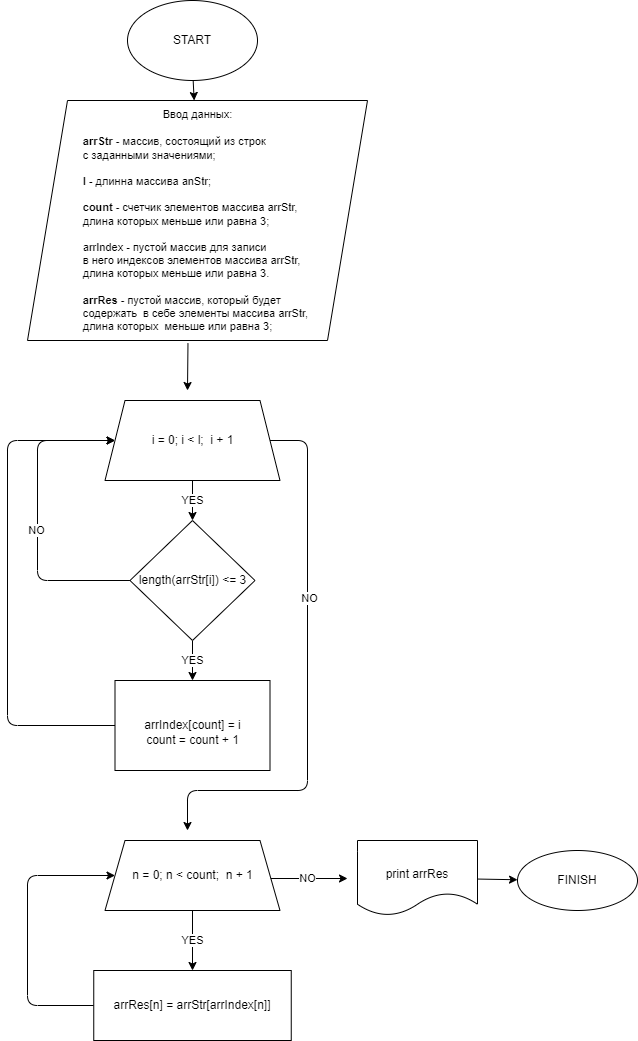
Above: TASK/flowchart.drawio.png in GeorgeMig/choice-of-specialization (draw.io), before the change. Source tidied: cells renumbered, new cells last; positions are measured from the earlier drawing's top-left corner, leaving out a move shared by most shapes.
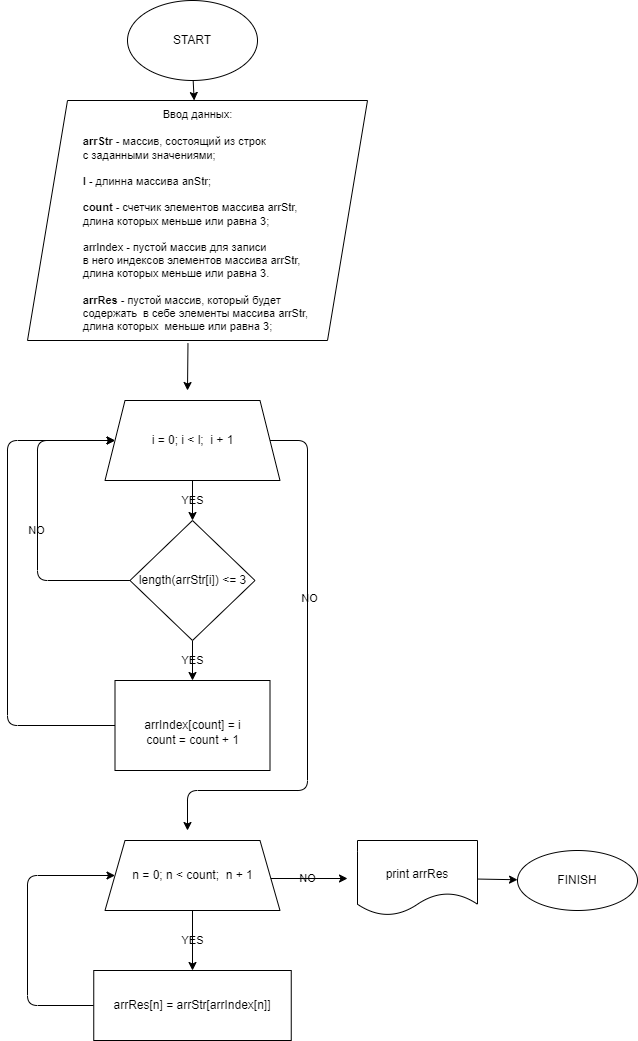
After the change.

Diff of the diagram source:
```diff
@@ -2,29 +2,29 @@
   <root>
     <mxCell id="0" />
     <mxCell id="1" parent="0" />
-    <mxCell id="2" style="edgeStyle=none;html=1;" parent="1" edge="1" source="3" target="6">
+    <mxCell id="2" style="edgeStyle=none;html=1;labelBackgroundColor=none;" parent="1" edge="1" source="3" target="6">
       <mxGeometry relative="1" as="geometry" />
     </mxCell>
     <mxCell id="3" value="START" style="ellipse;whiteSpace=wrap;html=1;" parent="1" vertex="1">
       <mxGeometry x="120" width="130" height="80" as="geometry" />
     </mxCell>
-    <mxCell id="4" style="edgeStyle=none;html=1;" parent="1" edge="1" source="6">
+    <mxCell id="4" style="edgeStyle=none;html=1;labelBackgroundColor=none;" parent="1" edge="1" source="6">
       <mxGeometry relative="1" as="geometry">
         <mxPoint x="185" y="340" as="targetPoint" />
       </mxGeometry>
     </mxCell>
-    <mxCell id="5" style="edgeStyle=none;html=1;fontSize=11;exitX=0.472;exitY=1.011;exitDx=0;exitDy=0;exitPerimeter=0;" parent="1" edge="1" source="6">
+    <mxCell id="5" style="edgeStyle=none;html=1;fontSize=11;exitX=0.472;exitY=1.011;exitDx=0;exitDy=0;exitPerimeter=0;labelBackgroundColor=none;" parent="1" edge="1" source="6">
       <mxGeometry relative="1" as="geometry">
         <mxPoint x="180" y="390" as="targetPoint" />
       </mxGeometry>
     </mxCell>
-    <mxCell id="6" value="&lt;blockquote style=&quot;margin: 0px 0px 0px 40px ; border: none ; padding: 0px ; font-size: 11px&quot;&gt;&lt;blockquote style=&quot;text-align: left ; margin: 0px 0px 0px 40px ; border: none ; padding: 0px&quot;&gt;&lt;font style=&quot;font-size: 11px&quot;&gt;Ввод данных:&lt;/font&gt;&lt;/blockquote&gt;&lt;/blockquote&gt;&lt;font style=&quot;font-size: 11px&quot;&gt;&lt;br&gt;&lt;/font&gt;&lt;div style=&quot;text-align: left ; font-size: 11px&quot;&gt;&lt;font style=&quot;font-size: 11px&quot;&gt;&lt;span&gt;&#9;&lt;/span&gt;&lt;b&gt;arrStr&lt;/b&gt; - массив, состоящий из&amp;nbsp;строк&amp;nbsp;&lt;/font&gt;&lt;/div&gt;&lt;div style=&quot;text-align: left ; font-size: 11px&quot;&gt;&lt;font style=&quot;font-size: 11px&quot;&gt;&lt;span&gt;&lt;span&gt;&#9;&lt;/span&gt;с &lt;/span&gt;&lt;span&gt;заданными значениями;&lt;/span&gt;&lt;/font&gt;&lt;/div&gt;&lt;div style=&quot;text-align: left ; font-size: 11px&quot;&gt;&lt;span&gt;&lt;font style=&quot;font-size: 11px&quot;&gt;&lt;span&gt;&#9;&lt;/span&gt;&lt;br&gt;&lt;/font&gt;&lt;/span&gt;&lt;/div&gt;&lt;div style=&quot;text-align: left ; font-size: 11px&quot;&gt;&lt;font style=&quot;font-size: 11px&quot;&gt;&lt;span&gt;&#9;&lt;/span&gt;&lt;b&gt;l &lt;/b&gt;- длинна массива anStr;&lt;/font&gt;&lt;/div&gt;&lt;div style=&quot;text-align: left ; font-size: 11px&quot;&gt;&lt;font style=&quot;font-size: 11px&quot;&gt;&lt;br&gt;&lt;/font&gt;&lt;/div&gt;&lt;div style=&quot;text-align: left ; font-size: 11px&quot;&gt;&lt;font style=&quot;font-size: 11px&quot;&gt;&lt;span&gt;&#9;&lt;/span&gt;&lt;b&gt;count&lt;/b&gt; - счетчик элементов массива arrStr,&amp;nbsp;&lt;/font&gt;&lt;/div&gt;&lt;div style=&quot;text-align: left ; font-size: 11px&quot;&gt;&lt;font style=&quot;font-size: 11px&quot;&gt;&lt;span&gt;&#9;&lt;/span&gt;длина которых меньше или равна 3;&lt;br&gt;&lt;/font&gt;&lt;/div&gt;&lt;div style=&quot;text-align: left ; font-size: 11px&quot;&gt;&lt;font style=&quot;font-size: 11px&quot;&gt;&lt;br&gt;&lt;/font&gt;&lt;/div&gt;&lt;div style=&quot;text-align: left ; font-size: 11px&quot;&gt;&lt;font style=&quot;font-size: 11px&quot;&gt;&lt;span&gt;&#9;&lt;/span&gt;arrIndex - пустой массив для записи&amp;nbsp;&lt;/font&gt;&lt;/div&gt;&lt;div style=&quot;text-align: left ; font-size: 11px&quot;&gt;&lt;font style=&quot;font-size: 11px&quot;&gt;&lt;span&gt;&#9;&lt;/span&gt;в него индексов элементов &lt;span&gt;&#9;&lt;/span&gt;массива arrStr,&amp;nbsp;&lt;/font&gt;&lt;/div&gt;&lt;div style=&quot;text-align: left ; font-size: 11px&quot;&gt;&lt;font style=&quot;font-size: 11px&quot;&gt;&lt;span&gt;&#9;&lt;/span&gt;длина которых меньше или равна 3.&lt;/font&gt;&lt;br&gt;&lt;/div&gt;&lt;div style=&quot;text-align: left ; font-size: 11px&quot;&gt;&lt;font style=&quot;font-size: 11px&quot;&gt;&lt;br&gt;&lt;/font&gt;&lt;/div&gt;&lt;div style=&quot;text-align: left ; font-size: 11px&quot;&gt;&lt;font style=&quot;font-size: 11px&quot;&gt;&lt;b&gt;arrRes&amp;nbsp;&lt;/b&gt;- пустой массив, который будет&amp;nbsp;&lt;/font&gt;&lt;/div&gt;&lt;div style=&quot;text-align: left ; font-size: 11px&quot;&gt;&lt;font style=&quot;font-size: 11px&quot;&gt;содержать&amp;nbsp;&lt;span&gt;&#9;&lt;/span&gt;в себе&amp;nbsp;&lt;/font&gt;&lt;span&gt;элементы массива arrStr,&amp;nbsp;&lt;/span&gt;&lt;/div&gt;&lt;div style=&quot;text-align: left ; font-size: 11px&quot;&gt;&lt;font style=&quot;font-size: 11px&quot;&gt;длина которых&amp;nbsp;&lt;span&gt;&#9;&lt;/span&gt;меньше или равна 3;&lt;br&gt;&lt;/font&gt;&lt;/div&gt;" style="shape=parallelogram;perimeter=parallelogramPerimeter;whiteSpace=wrap;html=1;fixedSize=1;size=40;" parent="1" vertex="1">
+    <mxCell id="6" value="&lt;blockquote style=&quot;margin: 0px 0px 0px 40px ; border: none ; padding: 0px ; font-size: 11px&quot;&gt;&lt;blockquote style=&quot;text-align: left ; margin: 0px 0px 0px 40px ; border: none ; padding: 0px&quot;&gt;&lt;font style=&quot;font-size: 11px&quot;&gt;Ввод данных:&lt;/font&gt;&lt;/blockquote&gt;&lt;/blockquote&gt;&lt;font style=&quot;font-size: 11px&quot;&gt;&lt;br&gt;&lt;/font&gt;&lt;div style=&quot;text-align: left ; font-size: 11px&quot;&gt;&lt;font style=&quot;font-size: 11px&quot;&gt;&lt;span&gt;&#9;&lt;/span&gt;&lt;b&gt;arrStr&lt;/b&gt; - массив, состоящий из&amp;nbsp;строк&amp;nbsp;&lt;/font&gt;&lt;/div&gt;&lt;div style=&quot;text-align: left ; font-size: 11px&quot;&gt;&lt;font style=&quot;font-size: 11px&quot;&gt;&lt;span&gt;&lt;span&gt;&#9;&lt;/span&gt;с &lt;/span&gt;&lt;span&gt;заданными значениями;&lt;/span&gt;&lt;/font&gt;&lt;/div&gt;&lt;div style=&quot;text-align: left ; font-size: 11px&quot;&gt;&lt;span&gt;&lt;font style=&quot;font-size: 11px&quot;&gt;&lt;span&gt;&#9;&lt;/span&gt;&lt;br&gt;&lt;/font&gt;&lt;/span&gt;&lt;/div&gt;&lt;div style=&quot;text-align: left ; font-size: 11px&quot;&gt;&lt;font style=&quot;font-size: 11px&quot;&gt;&lt;span&gt;&#9;&lt;/span&gt;&lt;b&gt;l &lt;/b&gt;- длинна массива anStr;&lt;/font&gt;&lt;/div&gt;&lt;div style=&quot;text-align: left ; font-size: 11px&quot;&gt;&lt;font style=&quot;font-size: 11px&quot;&gt;&lt;br&gt;&lt;/font&gt;&lt;/div&gt;&lt;div style=&quot;text-align: left ; font-size: 11px&quot;&gt;&lt;font style=&quot;font-size: 11px&quot;&gt;&lt;span&gt;&#9;&lt;/span&gt;&lt;b&gt;count&lt;/b&gt; - счетчик элементов массива arrStr,&amp;nbsp;&lt;/font&gt;&lt;/div&gt;&lt;div style=&quot;text-align: left ; font-size: 11px&quot;&gt;&lt;font style=&quot;font-size: 11px&quot;&gt;&lt;span&gt;&#9;&lt;/span&gt;длина которых меньше или равна 3;&lt;br&gt;&lt;/font&gt;&lt;/div&gt;&lt;div style=&quot;text-align: left ; font-size: 11px&quot;&gt;&lt;font style=&quot;font-size: 11px&quot;&gt;&lt;br&gt;&lt;/font&gt;&lt;/div&gt;&lt;div style=&quot;text-align: left ; font-size: 11px&quot;&gt;&lt;font style=&quot;font-size: 11px&quot;&gt;&lt;span&gt;&#9;&lt;/span&gt;arrIndex - пустой массив для записи&amp;nbsp;&lt;/font&gt;&lt;/div&gt;&lt;div style=&quot;text-align: left ; font-size: 11px&quot;&gt;&lt;font style=&quot;font-size: 11px&quot;&gt;&lt;span&gt;&#9;&lt;/span&gt;в него индексов элементов &lt;span&gt;&#9;&lt;/span&gt;массива arrStr,&amp;nbsp;&lt;/font&gt;&lt;/div&gt;&lt;div style=&quot;text-align: left ; font-size: 11px&quot;&gt;&lt;font style=&quot;font-size: 11px&quot;&gt;&lt;span&gt;&#9;&lt;/span&gt;длина которых меньше или равна 3.&lt;/font&gt;&lt;br&gt;&lt;/div&gt;&lt;div style=&quot;text-align: left ; font-size: 11px&quot;&gt;&lt;font style=&quot;font-size: 11px&quot;&gt;&lt;br&gt;&lt;/font&gt;&lt;/div&gt;&lt;div style=&quot;text-align: left ; font-size: 11px&quot;&gt;&lt;font style=&quot;font-size: 11px&quot;&gt;&lt;b&gt;arrRes&amp;nbsp;&lt;/b&gt;- пустой массив, который будет&amp;nbsp;&lt;/font&gt;&lt;/div&gt;&lt;div style=&quot;text-align: left ; font-size: 11px&quot;&gt;&lt;font style=&quot;font-size: 11px&quot;&gt;содержать&amp;nbsp;&lt;span&gt;&#9;&lt;/span&gt;в себе&amp;nbsp;&lt;/font&gt;&lt;span&gt;элементы массива arrStr,&amp;nbsp;&lt;/span&gt;&lt;/div&gt;&lt;div style=&quot;text-align: left ; font-size: 11px&quot;&gt;&lt;font style=&quot;font-size: 11px&quot;&gt;длина которых&amp;nbsp;&lt;span&gt;&#9;&lt;/span&gt;меньше или равна 3;&lt;br&gt;&lt;/font&gt;&lt;/div&gt;" style="shape=parallelogram;perimeter=parallelogramPerimeter;whiteSpace=wrap;html=1;fixedSize=1;size=40;labelBackgroundColor=none;" parent="1" vertex="1">
       <mxGeometry x="20" y="100" width="340" height="240" as="geometry" />
     </mxCell>
-    <mxCell id="7" value="YES" style="edgeStyle=none;html=1;" parent="1" edge="1" source="10" target="14">
+    <mxCell id="7" value="YES" style="edgeStyle=none;html=1;labelBackgroundColor=none;" parent="1" edge="1" source="10" target="14">
       <mxGeometry relative="1" as="geometry" />
     </mxCell>
-    <mxCell id="8" style="edgeStyle=none;html=1;fontSize=11;exitX=1;exitY=0.5;exitDx=0;exitDy=0;startArrow=none;" parent="1" edge="1" source="10">
+    <mxCell id="8" style="edgeStyle=none;html=1;fontSize=11;exitX=1;exitY=0.5;exitDx=0;exitDy=0;startArrow=none;labelBackgroundColor=none;" parent="1" edge="1" source="10">
       <mxGeometry relative="1" as="geometry">
         <mxPoint x="180" y="830" as="targetPoint" />
         <Array as="points">
@@ -34,16 +34,16 @@
         </Array>
       </mxGeometry>
     </mxCell>
-    <mxCell id="9" value="NO" style="edgeLabel;html=1;align=center;verticalAlign=middle;fontSize=11;" parent="8" vertex="1">
+    <mxCell id="9" value="NO" style="edgeLabel;html=1;align=center;verticalAlign=middle;fontSize=11;labelBackgroundColor=none;" parent="8" vertex="1">
       <mxGeometry x="-0.29" y="1" relative="1" as="geometry" />
     </mxCell>
-    <mxCell id="10" value="&lt;span&gt;i = 0; i &amp;lt; l;&amp;nbsp; i + 1&lt;/span&gt;" style="shape=trapezoid;perimeter=trapezoidPerimeter;whiteSpace=wrap;html=1;fixedSize=1;" parent="1" vertex="1">
+    <mxCell id="10" value="&lt;span&gt;i = 0; i &amp;lt; l;&amp;nbsp; i + 1&lt;/span&gt;" style="shape=trapezoid;perimeter=trapezoidPerimeter;whiteSpace=wrap;html=1;fixedSize=1;labelBackgroundColor=none;" parent="1" vertex="1">
       <mxGeometry x="97.5" y="400" width="175" height="80" as="geometry" />
     </mxCell>
-    <mxCell id="11" value="YES" style="edgeStyle=none;html=1;" parent="1" edge="1" source="14" target="16">
+    <mxCell id="11" value="YES" style="edgeStyle=none;html=1;labelBackgroundColor=none;" parent="1" edge="1" source="14" target="16">
       <mxGeometry relative="1" as="geometry" />
     </mxCell>
-    <mxCell id="12" style="edgeStyle=none;html=1;exitX=0;exitY=0.5;exitDx=0;exitDy=0;entryX=0;entryY=0.5;entryDx=0;entryDy=0;" parent="1" edge="1" source="14" target="10">
+    <mxCell id="12" style="edgeStyle=none;html=1;exitX=0;exitY=0.5;exitDx=0;exitDy=0;entryX=0;entryY=0.5;entryDx=0;entryDy=0;labelBackgroundColor=none;" parent="1" edge="1" source="14" target="10">
       <mxGeometry relative="1" as="geometry">
         <Array as="points">
           <mxPoint x="30" y="580" />
@@ -51,13 +51,13 @@
         </Array>
       </mxGeometry>
     </mxCell>
-    <mxCell id="13" value="NO" style="edgeLabel;html=1;align=center;verticalAlign=middle;fontSize=11;" parent="12" vertex="1">
+    <mxCell id="13" value="NO" style="edgeLabel;html=1;align=center;verticalAlign=middle;fontSize=11;labelBackgroundColor=none;" parent="12" vertex="1">
       <mxGeometry x="-0.08" y="2" relative="1" as="geometry" />
     </mxCell>
-    <mxCell id="14" value="&lt;span&gt;length(arrStr[i]) &amp;lt;= 3&lt;/span&gt;" style="rhombus;whiteSpace=wrap;html=1;" parent="1" vertex="1">
+    <mxCell id="14" value="&lt;span&gt;length(arrStr[i]) &amp;lt;= 3&lt;/span&gt;" style="rhombus;whiteSpace=wrap;html=1;labelBackgroundColor=none;" parent="1" vertex="1">
       <mxGeometry x="122.5" y="520" width="125" height="120" as="geometry" />
     </mxCell>
-    <mxCell id="15" style="edgeStyle=none;html=1;entryX=0;entryY=0.5;entryDx=0;entryDy=0;" parent="1" edge="1" source="16" target="10">
+    <mxCell id="15" style="edgeStyle=none;html=1;entryX=0;entryY=0.5;entryDx=0;entryDy=0;labelBackgroundColor=none;" parent="1" edge="1" source="16" target="10">
       <mxGeometry relative="1" as="geometry">
         <Array as="points">
           <mxPoint y="725" />
@@ -65,22 +65,22 @@
         </Array>
       </mxGeometry>
     </mxCell>
-    <mxCell id="16" value="&lt;br&gt;arrIndex[count] = i&lt;br&gt;count = count + 1&lt;br&gt;" style="whiteSpace=wrap;html=1;" parent="1" vertex="1">
+    <mxCell id="16" value="&lt;br&gt;arrIndex[count] = i&lt;br&gt;count = count + 1&lt;br&gt;" style="whiteSpace=wrap;html=1;labelBackgroundColor=none;" parent="1" vertex="1">
       <mxGeometry x="107.5" y="680" width="155" height="90" as="geometry" />
     </mxCell>
-    <mxCell id="17" value="YES" style="edgeStyle=none;html=1;fontSize=11;" parent="1" edge="1" source="19" target="21">
+    <mxCell id="17" value="YES" style="edgeStyle=none;html=1;fontSize=11;labelBackgroundColor=none;" parent="1" edge="1" source="19" target="21">
       <mxGeometry relative="1" as="geometry" />
     </mxCell>
-    <mxCell id="18" value="NO" style="edgeStyle=none;html=1;fontSize=11;" parent="1" edge="1">
+    <mxCell id="18" value="NO" style="edgeStyle=none;html=1;fontSize=11;labelBackgroundColor=none;" parent="1" edge="1">
       <mxGeometry relative="1" as="geometry">
         <mxPoint x="260" y="878" as="sourcePoint" />
         <mxPoint x="340" y="878" as="targetPoint" />
       </mxGeometry>
     </mxCell>
-    <mxCell id="19" value="&lt;span&gt;n = 0; n &amp;lt; count;&amp;nbsp; n + 1&lt;/span&gt;" style="shape=trapezoid;perimeter=trapezoidPerimeter;whiteSpace=wrap;html=1;fixedSize=1;" parent="1" vertex="1">
+    <mxCell id="19" value="&lt;span&gt;n = 0; n &amp;lt; count;&amp;nbsp; n + 1&lt;/span&gt;" style="shape=trapezoid;perimeter=trapezoidPerimeter;whiteSpace=wrap;html=1;fixedSize=1;labelBackgroundColor=none;" parent="1" vertex="1">
       <mxGeometry x="97.5" y="840" width="175" height="70" as="geometry" />
     </mxCell>
-    <mxCell id="20" style="edgeStyle=none;html=1;exitX=0;exitY=0.5;exitDx=0;exitDy=0;fontSize=11;" parent="1" edge="1" source="21" target="19">
+    <mxCell id="20" style="edgeStyle=none;html=1;exitX=0;exitY=0.5;exitDx=0;exitDy=0;fontSize=11;labelBackgroundColor=none;" parent="1" edge="1" source="21" target="19">
       <mxGeometry relative="1" as="geometry">
         <Array as="points">
           <mxPoint x="20" y="1005" />
@@ -88,16 +88,16 @@
         </Array>
       </mxGeometry>
     </mxCell>
-    <mxCell id="21" value="arrRes[n] = arrStr[arrIndex[n]]" style="whiteSpace=wrap;html=1;" parent="1" vertex="1">
+    <mxCell id="21" value="arrRes[n] = arrStr[arrIndex[n]]" style="whiteSpace=wrap;html=1;labelBackgroundColor=none;" parent="1" vertex="1">
       <mxGeometry x="86.2" y="970" width="197.5" height="70" as="geometry" />
     </mxCell>
-    <mxCell id="22" style="edgeStyle=none;html=1;fontSize=11;" parent="1" edge="1" source="23" target="24">
+    <mxCell id="22" style="edgeStyle=none;html=1;fontSize=11;labelBackgroundColor=none;" parent="1" edge="1" source="23" target="24">
       <mxGeometry relative="1" as="geometry" />
     </mxCell>
-    <mxCell id="23" value="&lt;br&gt;print arrRes" style="shape=document;whiteSpace=wrap;html=1;boundedLbl=1;" parent="1" vertex="1">
+    <mxCell id="23" value="&lt;br&gt;print arrRes" style="shape=document;whiteSpace=wrap;html=1;boundedLbl=1;labelBackgroundColor=none;" parent="1" vertex="1">
       <mxGeometry x="350" y="840" width="120" height="75" as="geometry" />
     </mxCell>
-    <mxCell id="24" value="FINISH" style="ellipse;whiteSpace=wrap;html=1;" parent="1" vertex="1">
+    <mxCell id="24" value="FINISH" style="ellipse;whiteSpace=wrap;html=1;labelBackgroundColor=none;" parent="1" vertex="1">
       <mxGeometry x="510" y="850" width="120" height="60" as="geometry" />
     </mxCell>
   </root>
```
